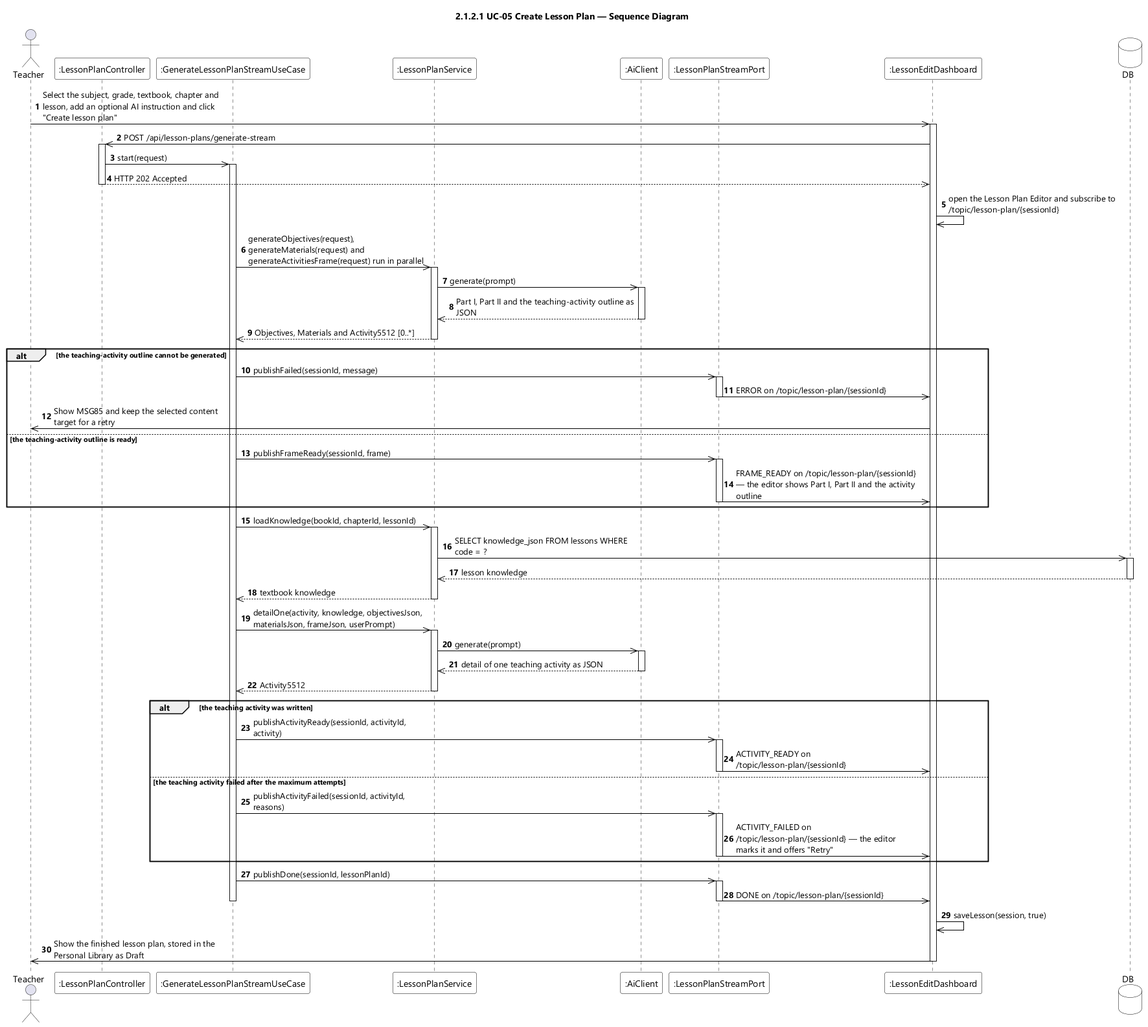
Above: designs/sds-diagrams/uc05/uc05-sequence-diagram.png in EduA-system/EduA-system (PlantUML), before the change.
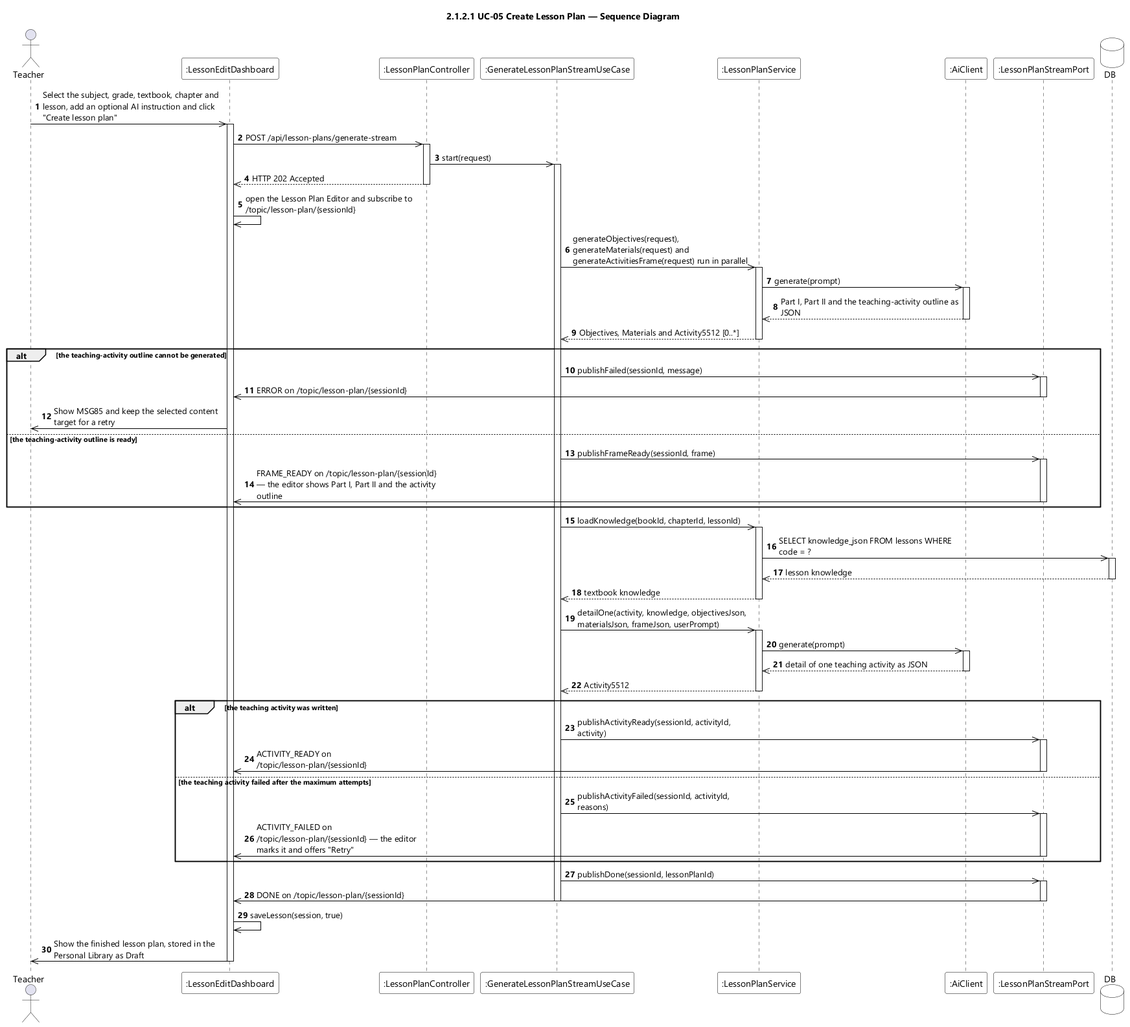
The same file after the commit.

The edit, as a diff of the source:
```diff
@@ -12,12 +12,12 @@
 title 2.1.2.1 UC-05 Create Lesson Plan — Sequence Diagram
 
 actor Teacher
+participant ":LessonEditDashboard" as EDIT
 participant ":LessonPlanController" as CTL
 participant ":GenerateLessonPlanStreamUseCase" as UCASE
 participant ":LessonPlanService" as SVC
 participant ":AiClient" as AI
 participant ":LessonPlanStreamPort" as STREAM
-participant ":LessonEditDashboard" as EDIT
 database DB
 
 autonumber
```
